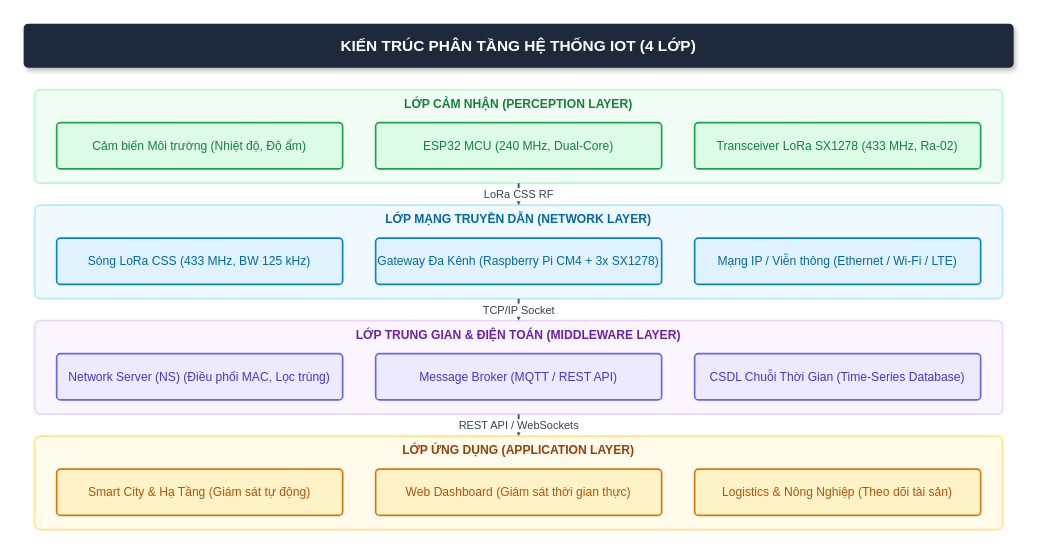
Above: figs/01_kien_truc_iot_4_lop.drawio in Brauuwu/LoRa_TinyML_Hopping (draw.io), before the change. Source tidied: cells renumbered, new cells numbered last; positions are measured from the earlier drawing's top-left corner, leaving out a move shared by most shapes. Both pictures are drawn from the tidied source at 110%, with x=0, y=0 at pixel (23, 23).
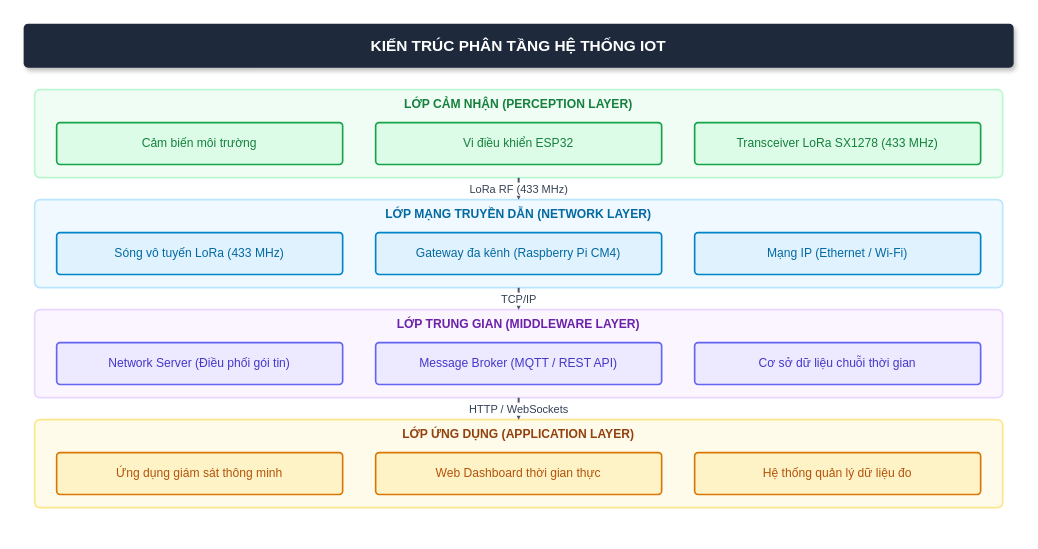
Above is the later version.

Diff of the diagram source:
```diff
@@
-    <mxCell id="2" value="KIẾN TRÚC PHÂN TẦNG HỆ THỐNG IOT (4 LỚP)" style="rounded=1;whiteSpace=wrap;html=1;fillColor=#1e293b;strokeColor=none;fontColor=#ffffff;fontStyle=1;fontSize=14;shadow=1;arcSize=10;" parent="1" vertex="1">
+    <mxCell id="2" value="KIẾN TRÚC PHÂN TẦNG HỆ THỐNG IOT" style="rounded=1;whiteSpace=wrap;html=1;fillColor=#1e293b;strokeColor=none;fontColor=#ffffff;fontStyle=1;fontSize=14;shadow=1;arcSize=10;" parent="1" vertex="1">
       <mxGeometry width="900" height="40" as="geometry" />
     </mxCell>
     <mxCell id="3" value="LỚP CẢM NHẬN (PERCEPTION LAYER)" style="rounded=1;whiteSpace=wrap;html=1;fillColor=#f0fdf4;strokeColor=#bbf7d0;strokeWidth=1.5;verticalAlign=top;fontStyle=1;fontSize=11;fontColor=#15803d;arcSize=6;" parent="1" vertex="1">
-      <mxGeometry x="10" y="60" width="880" height="85" as="geometry" />
+      <mxGeometry x="10" y="60" width="880" height="80" as="geometry" />
     </mxCell>
-    <mxCell id="4" value="Cảm biến Môi trường (Nhiệt độ, Độ ẩm)" style="rounded=1;whiteSpace=wrap;html=1;fillColor=#dcfce7;strokeColor=#16a34a;strokeWidth=1.5;fontColor=#15803d;fontSize=11;arcSize=8;" parent="1" vertex="1">
-      <mxGeometry x="30" y="90" width="260" height="42" as="geometry" />
+    <mxCell id="4" value="Cảm biến môi trường" style="rounded=1;whiteSpace=wrap;html=1;fillColor=#dcfce7;strokeColor=#16a34a;strokeWidth=1.5;fontColor=#15803d;fontSize=11;arcSize=8;" parent="1" vertex="1">
+      <mxGeometry x="30" y="90" width="260" height="38" as="geometry" />
     </mxCell>
-    <mxCell id="5" value="ESP32 MCU (240 MHz, Dual-Core)" style="rounded=1;whiteSpace=wrap;html=1;fillColor=#dcfce7;strokeColor=#16a34a;strokeWidth=1.5;fontColor=#15803d;fontSize=11;arcSize=8;" parent="1" vertex="1">
-      <mxGeometry x="320" y="90" width="260" height="42" as="geometry" />
+    <mxCell id="5" value="Vi điều khiển ESP32" style="rounded=1;whiteSpace=wrap;html=1;fillColor=#dcfce7;strokeColor=#16a34a;strokeWidth=1.5;fontColor=#15803d;fontSize=11;arcSize=8;" parent="1" vertex="1">
+      <mxGeometry x="320" y="90" width="260" height="38" as="geometry" />
     </mxCell>
-    <mxCell id="6" value="Transceiver LoRa SX1278 (433 MHz, Ra-02)" style="rounded=1;whiteSpace=wrap;html=1;fillColor=#dcfce7;strokeColor=#16a34a;strokeWidth=1.5;fontColor=#15803d;fontSize=11;arcSize=8;" parent="1" vertex="1">
-      <mxGeometry x="610" y="90" width="260" height="42" as="geometry" />
+    <mxCell id="6" value="Transceiver LoRa SX1278 (433 MHz)" style="rounded=1;whiteSpace=wrap;html=1;fillColor=#dcfce7;strokeColor=#16a34a;strokeWidth=1.5;fontColor=#15803d;fontSize=11;arcSize=8;" parent="1" vertex="1">
+      <mxGeometry x="610" y="90" width="260" height="38" as="geometry" />
     </mxCell>
     <mxCell id="7" value="LỚP MẠNG TRUYỀN DẪN (NETWORK LAYER)" style="rounded=1;whiteSpace=wrap;html=1;fillColor=#f0f9ff;strokeColor=#bae6fd;strokeWidth=1.5;verticalAlign=top;fontStyle=1;fontSize=11;fontColor=#0369a1;arcSize=6;" parent="1" vertex="1">
-      <mxGeometry x="10" y="165" width="880" height="85" as="geometry" />
+      <mxGeometry x="10" y="160" width="880" height="80" as="geometry" />
     </mxCell>
-    <mxCell id="8" value="Sóng LoRa CSS (433 MHz, BW 125 kHz)" style="rounded=1;whiteSpace=wrap;html=1;fillColor=#e0f2fe;strokeColor=#0284c7;strokeWidth=1.5;fontColor=#0369a1;fontSize=11;arcSize=8;" parent="1" vertex="1">
-      <mxGeometry x="30" y="195" width="260" height="42" as="geometry" />
+    <mxCell id="8" value="Sóng vô tuyến LoRa (433 MHz)" style="rounded=1;whiteSpace=wrap;html=1;fillColor=#e0f2fe;strokeColor=#0284c7;strokeWidth=1.5;fontColor=#0369a1;fontSize=11;arcSize=8;" parent="1" vertex="1">
+      <mxGeometry x="30" y="190" width="260" height="38" as="geometry" />
     </mxCell>
-    <mxCell id="9" value="Gateway Đa Kênh (Raspberry Pi CM4 + 3x SX1278)" style="rounded=1;whiteSpace=wrap;html=1;fillColor=#e0f2fe;strokeColor=#0284c7;strokeWidth=1.5;fontColor=#0369a1;fontSize=11;arcSize=8;" parent="1" vertex="1">
-      <mxGeometry x="320" y="195" width="260" height="42" as="geometry" />
+    <mxCell id="9" value="Gateway đa kênh (Raspberry Pi CM4)" style="rounded=1;whiteSpace=wrap;html=1;fillColor=#e0f2fe;strokeColor=#0284c7;strokeWidth=1.5;fontColor=#0369a1;fontSize=11;arcSize=8;" parent="1" vertex="1">
+      <mxGeometry x="320" y="190" width="260" height="38" as="geometry" />
     </mxCell>
-    <mxCell id="10" value="Mạng IP / Viễn thông (Ethernet / Wi-Fi / LTE)" style="rounded=1;whiteSpace=wrap;html=1;fillColor=#e0f2fe;strokeColor=#0284c7;strokeWidth=1.5;fontColor=#0369a1;fontSize=11;arcSize=8;" parent="1" vertex="1">
-      <mxGeometry x="610" y="195" width="260" height="42" as="geometry" />
+    <mxCell id="10" value="Mạng IP (Ethernet / Wi-Fi)" style="rounded=1;whiteSpace=wrap;html=1;fillColor=#e0f2fe;strokeColor=#0284c7;strokeWidth=1.5;fontColor=#0369a1;fontSize=11;arcSize=8;" parent="1" vertex="1">
+      <mxGeometry x="610" y="190" width="260" height="38" as="geometry" />
     </mxCell>
-    <mxCell id="11" value="LỚP TRUNG GIAN &amp; ĐIỆN TOÁN (MIDDLEWARE LAYER)" style="rounded=1;whiteSpace=wrap;html=1;fillColor=#faf5ff;strokeColor=#e9d5ff;strokeWidth=1.5;verticalAlign=top;fontStyle=1;fontSize=11;fontColor=#6b21a8;arcSize=6;" parent="1" vertex="1">
-      <mxGeometry x="10" y="270" width="880" height="85" as="geometry" />
+    <mxCell id="11" value="LỚP TRUNG GIAN (MIDDLEWARE LAYER)" style="rounded=1;whiteSpace=wrap;html=1;fillColor=#faf5ff;strokeColor=#e9d5ff;strokeWidth=1.5;verticalAlign=top;fontStyle=1;fontSize=11;fontColor=#6b21a8;arcSize=6;" parent="1" vertex="1">
+      <mxGeometry x="10" y="260" width="880" height="80" as="geometry" />
     </mxCell>
-    <mxCell id="12" value="Network Server (NS) (Điều phối MAC, Lọc trùng)" style="rounded=1;whiteSpace=wrap;html=1;fillColor=#ede9fe;strokeColor=#6366f1;strokeWidth=1.5;fontColor=#4338ca;fontSize=11;arcSize=8;" parent="1" vertex="1">
-      <mxGeometry x="30" y="300" width="260" height="42" as="geometry" />
+    <mxCell id="12" value="Network Server (Điều phối gói tin)" style="rounded=1;whiteSpace=wrap;html=1;fillColor=#ede9fe;strokeColor=#6366f1;strokeWidth=1.5;fontColor=#4338ca;fontSize=11;arcSize=8;" parent="1" vertex="1">
+      <mxGeometry x="30" y="290" width="260" height="38" as="geometry" />
     </mxCell>
     <mxCell id="13" value="Message Broker (MQTT / REST API)" style="rounded=1;whiteSpace=wrap;html=1;fillColor=#ede9fe;strokeColor=#6366f1;strokeWidth=1.5;fontColor=#4338ca;fontSize=11;arcSize=8;" parent="1" vertex="1">
-      <mxGeometry x="320" y="300" width="260" height="42" as="geometry" />
+      <mxGeometry x="320" y="290" width="260" height="38" as="geometry" />
     </mxCell>
-    <mxCell id="14" value="CSDL Chuỗi Thời Gian (Time-Series Database)" style="rounded=1;whiteSpace=wrap;html=1;fillColor=#ede9fe;strokeColor=#6366f1;strokeWidth=1.5;fontColor=#4338ca;fontSize=11;arcSize=8;" parent="1" vertex="1">
-      <mxGeometry x="610" y="300" width="260" height="42" as="geometry" />
+    <mxCell id="14" value="Cơ sở dữ liệu chuỗi thời gian" style="rounded=1;whiteSpace=wrap;html=1;fillColor=#ede9fe;strokeColor=#6366f1;strokeWidth=1.5;fontColor=#4338ca;fontSize=11;arcSize=8;" parent="1" vertex="1">
+      <mxGeometry x="610" y="290" width="260" height="38" as="geometry" />
     </mxCell>
     <mxCell id="15" value="LỚP ỨNG DỤNG (APPLICATION LAYER)" style="rounded=1;whiteSpace=wrap;html=1;fillColor=#fffbeb;strokeColor=#fde68a;strokeWidth=1.5;verticalAlign=top;fontStyle=1;fontSize=11;fontColor=#92400e;arcSize=6;" parent="1" vertex="1">
-      <mxGeometry x="10" y="375" width="880" height="85" as="geometry" />
+      <mxGeometry x="10" y="360" width="880" height="80" as="geometry" />
     </mxCell>
-    <mxCell id="16" value="Smart City &amp; Hạ Tầng (Giám sát tự động)" style="rounded=1;whiteSpace=wrap;html=1;fillColor=#fef3c7;strokeColor=#d97706;strokeWidth=1.5;fontColor=#b45309;fontSize=11;arcSize=8;" parent="1" vertex="1">
-      <mxGeometry x="30" y="405" width="260" height="42" as="geometry" />
+    <mxCell id="16" value="Ứng dụng giám sát thông minh" style="rounded=1;whiteSpace=wrap;html=1;fillColor=#fef3c7;strokeColor=#d97706;strokeWidth=1.5;fontColor=#b45309;fontSize=11;arcSize=8;" parent="1" vertex="1">
+      <mxGeometry x="30" y="390" width="260" height="38" as="geometry" />
     </mxCell>
-    <mxCell id="17" value="Web Dashboard (Giám sát thời gian thực)" style="rounded=1;whiteSpace=wrap;html=1;fillColor=#fef3c7;strokeColor=#d97706;strokeWidth=1.5;fontColor=#b45309;fontSize=11;arcSize=8;" parent="1" vertex="1">
-      <mxGeometry x="320" y="405" width="260" height="42" as="geometry" />
+    <mxCell id="17" value="Web Dashboard thời gian thực" style="rounded=1;whiteSpace=wrap;html=1;fillColor=#fef3c7;strokeColor=#d97706;strokeWidth=1.5;fontColor=#b45309;fontSize=11;arcSize=8;" parent="1" vertex="1">
+      <mxGeometry x="320" y="390" width="260" height="38" as="geometry" />
     </mxCell>
-    <mxCell id="18" value="Logistics &amp; Nông Nghiệp (Theo dõi tài sản)" style="rounded=1;whiteSpace=wrap;html=1;fillColor=#fef3c7;strokeColor=#d97706;strokeWidth=1.5;fontColor=#b45309;fontSize=11;arcSize=8;" parent="1" vertex="1">
-      <mxGeometry x="610" y="405" width="260" height="42" as="geometry" />
+    <mxCell id="18" value="Hệ thống quản lý dữ liệu đo" style="rounded=1;whiteSpace=wrap;html=1;fillColor=#fef3c7;strokeColor=#d97706;strokeWidth=1.5;fontColor=#b45309;fontSize=11;arcSize=8;" parent="1" vertex="1">
+      <mxGeometry x="610" y="390" width="260" height="38" as="geometry" />
     </mxCell>
-    <mxCell id="19" value="LoRa CSS RF" style="edgeStyle=orthogonalEdgeStyle;rounded=1;jettySize=auto;html=1;strokeColor=#475569;strokeWidth=1.8;endArrow=block;endFill=1;fontColor=#334155;fontSize=10;" parent="1" edge="1" source="3" target="7">
+    <mxCell id="19" value="LoRa RF (433 MHz)" style="edgeStyle=orthogonalEdgeStyle;rounded=1;jettySize=auto;html=1;strokeColor=#475569;strokeWidth=1.8;endArrow=block;endFill=1;fontColor=#334155;fontSize=10;" parent="1" edge="1" source="3" target="7">
       <mxGeometry relative="1" as="geometry" />
     </mxCell>
-    <mxCell id="20" value="TCP/IP Socket" style="edgeStyle=orthogonalEdgeStyle;rounded=1;jettySize=auto;html=1;strokeColor=#475569;strokeWidth=1.8;endArrow=block;endFill=1;fontColor=#334155;fontSize=10;" parent="1" edge="1" source="7" target="11">
+    <mxCell id="20" value="TCP/IP" style="edgeStyle=orthogonalEdgeStyle;rounded=1;jettySize=auto;html=1;strokeColor=#475569;strokeWidth=1.8;endArrow=block;endFill=1;fontColor=#334155;fontSize=10;" parent="1" edge="1" source="7" target="11">
       <mxGeometry relative="1" as="geometry" />
     </mxCell>
-    <mxCell id="21" value="REST API / WebSockets" style="edgeStyle=orthogonalEdgeStyle;rounded=1;jettySize=auto;html=1;strokeColor=#475569;strokeWidth=1.8;endArrow=block;endFill=1;fontColor=#334155;fontSize=10;" parent="1" edge="1" source="11" target="15">
+    <mxCell id="21" value="HTTP / WebSockets" style="edgeStyle=orthogonalEdgeStyle;rounded=1;jettySize=auto;html=1;strokeColor=#475569;strokeWidth=1.8;endArrow=block;endFill=1;fontColor=#334155;fontSize=10;" parent="1" edge="1" source="11" target="15">
       <mxGeometry relative="1" as="geometry" />
     </mxCell>
```
